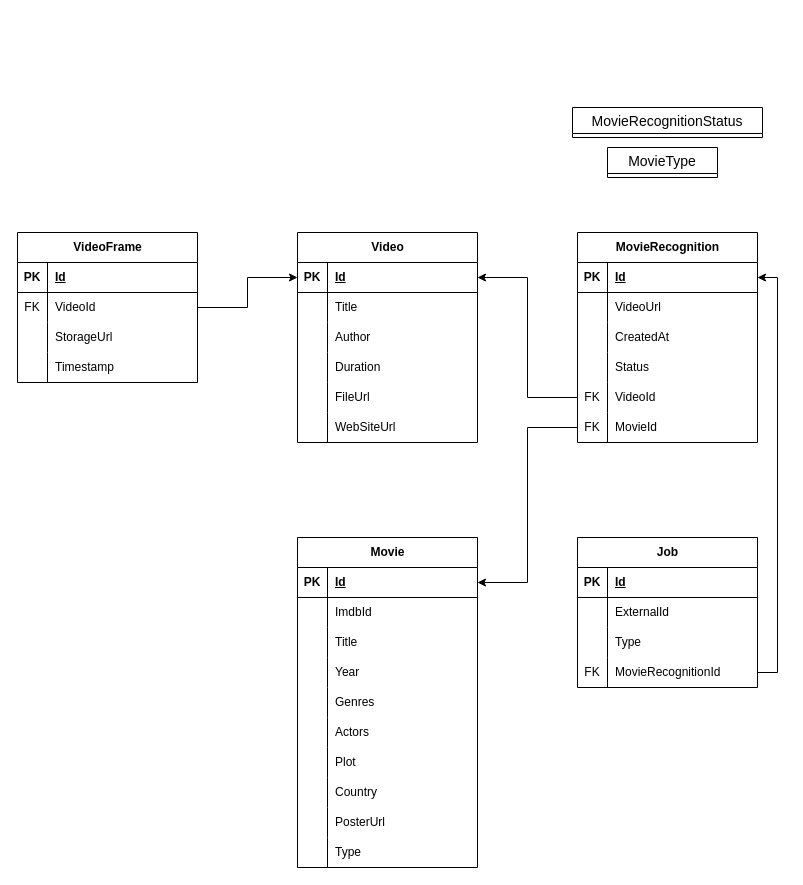
Earlier version of the draw.io diagram docs/MovieRecognizer.drawio (LipatovAlexander/MovieRecognizer). Source tidied: cells renumbered, new cells numbered last; positions are measured from the earlier drawing's top-left corner, leaving out a move shared by most shapes. Both pictures are drawn from the tidied source at 100%, with x=0, y=0 at pixel (17, 107).
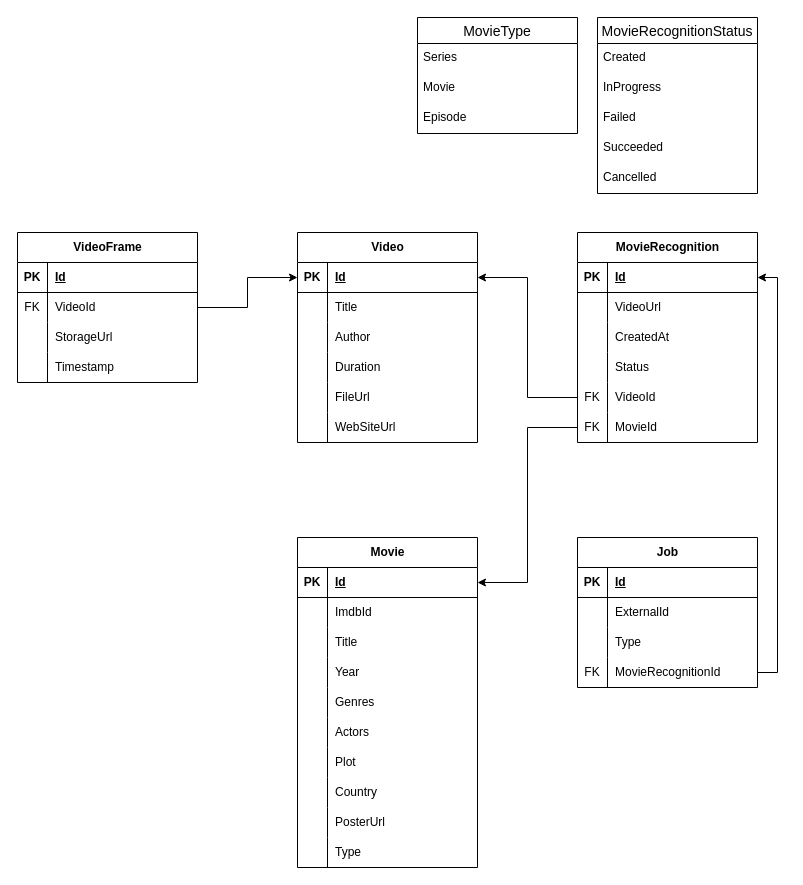
Above is the later version.

Commit message:
docs: Expand enums on db diagram

Diff of the diagram source:
```diff
@@
-    <mxCell id="40" value="MovieRecognitionStatus" style="swimlane;fontStyle=0;horizontal=1;startSize=26;align=center;fontSize=14;" parent="1" vertex="1" collapsed="1">
-      <mxGeometry x="555" width="190" height="30" as="geometry" />
+    <mxCell id="40" value="MovieRecognitionStatus" style="swimlane;fontStyle=0;horizontal=1;startSize=26;align=center;fontSize=14;" parent="1" vertex="1">
+      <mxGeometry x="580" y="-90" width="160" height="176" as="geometry" />
     </mxCell>
+    <mxCell id="103" value="Created" style="text;strokeColor=none;fillColor=none;spacingLeft=4;spacingRight=4;overflow=hidden;fontSize=12;whiteSpace=wrap;html=1;" parent="40" vertex="1">
+      <mxGeometry y="26" width="160" height="30" as="geometry" />
+    </mxCell>
+    <mxCell id="104" value="InProgress" style="text;strokeColor=none;fillColor=none;spacingLeft=4;spacingRight=4;overflow=hidden;fontSize=12;whiteSpace=wrap;html=1;" parent="40" vertex="1">
+      <mxGeometry y="56" width="160" height="30" as="geometry" />
+    </mxCell>
+    <mxCell id="105" value="Failed" style="text;strokeColor=none;fillColor=none;spacingLeft=4;spacingRight=4;overflow=hidden;fontSize=12;whiteSpace=wrap;html=1;" parent="40" vertex="1">
+      <mxGeometry y="86" width="160" height="30" as="geometry" />
+    </mxCell>
+    <mxCell id="106" value="Succeeded" style="text;strokeColor=none;fillColor=none;spacingLeft=4;spacingRight=4;overflow=hidden;fontSize=12;whiteSpace=wrap;html=1;" parent="40" vertex="1">
+      <mxGeometry y="116" width="160" height="30" as="geometry" />
+    </mxCell>
+    <mxCell id="107" value="Cancelled" style="text;strokeColor=none;fillColor=none;spacingLeft=4;spacingRight=4;overflow=hidden;fontSize=12;whiteSpace=wrap;html=1;" parent="40" vertex="1">
+      <mxGeometry y="146" width="160" height="30" as="geometry" />
+    </mxCell>
@@
-    <mxCell id="87" value="MovieType" style="swimlane;fontStyle=0;horizontal=1;startSize=26;align=center;fontSize=14;" parent="1" vertex="1" collapsed="1">
-      <mxGeometry x="590" y="40" width="110" height="30" as="geometry" />
+    <mxCell id="87" value="MovieType" style="swimlane;fontStyle=0;horizontal=1;startSize=26;align=center;fontSize=14;" parent="1" vertex="1">
+      <mxGeometry x="400" y="-90" width="160" height="116" as="geometry" />
     </mxCell>
+    <mxCell id="108" value="Series" style="text;strokeColor=none;fillColor=none;spacingLeft=4;spacingRight=4;overflow=hidden;fontSize=12;whiteSpace=wrap;html=1;" parent="87" vertex="1">
+      <mxGeometry y="26" width="160" height="30" as="geometry" />
+    </mxCell>
+    <mxCell id="109" value="Movie" style="text;strokeColor=none;fillColor=none;spacingLeft=4;spacingRight=4;overflow=hidden;fontSize=12;whiteSpace=wrap;html=1;" parent="87" vertex="1">
+      <mxGeometry y="56" width="160" height="30" as="geometry" />
+    </mxCell>
+    <mxCell id="110" value="Episode" style="text;strokeColor=none;fillColor=none;spacingLeft=4;spacingRight=4;overflow=hidden;fontSize=12;whiteSpace=wrap;html=1;" parent="87" vertex="1">
+      <mxGeometry y="86" width="160" height="30" as="geometry" />
+    </mxCell>
```
